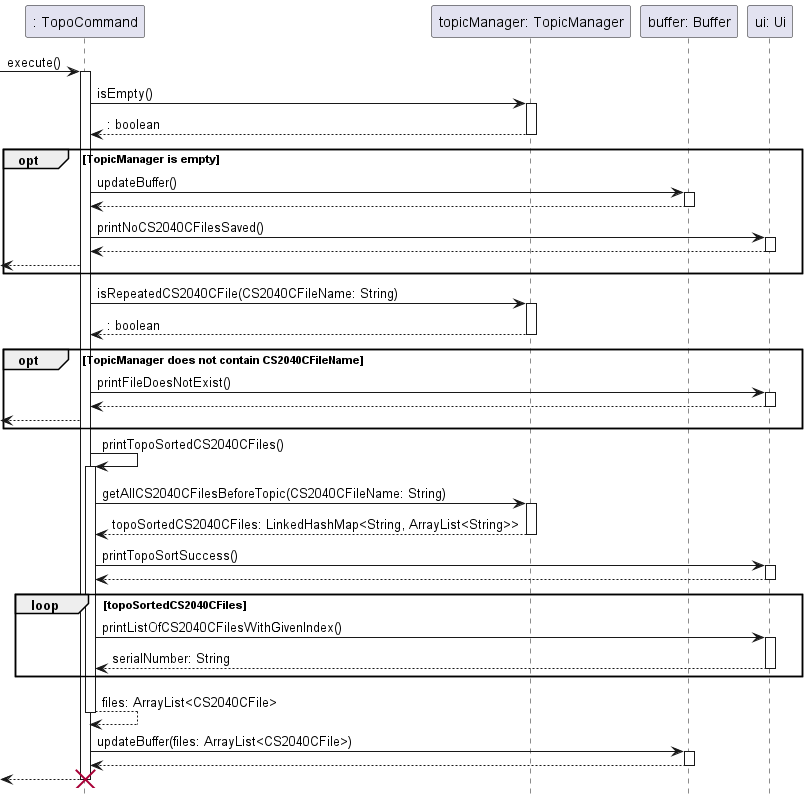
Above: docs/sequence-diagrams/diagrams/TopoSort.png in ong-ck/tp (PlantUML), before the change.
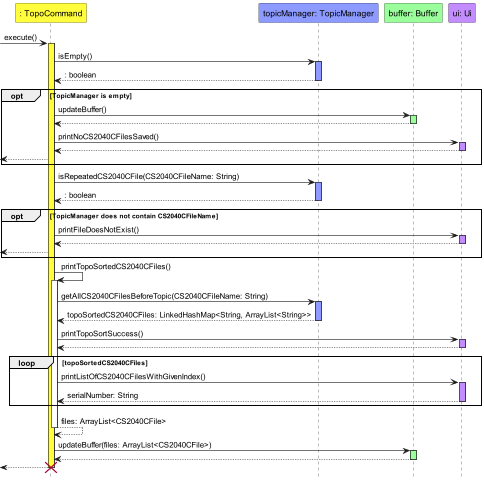
Later version of the same file.

Commit message:
Update TopoSort UML Sequence Diagram

Change to the diagram source:
```diff
@@ -1,35 +1,36 @@
 @startuml
+!include ../../style.iuml
 hide footbox
 
-participant ": TopoCommand" as TopoCommand
-participant "topicManager: TopicManager" as TopicManager
-participant "buffer: Buffer" as Buffer
-participant "ui: Ui" as Ui
+participant ": TopoCommand" as TopoCommand TopoCommand_STYLE
+participant "topicManager: TopicManager" as TopicManager TopicManager_STYLE
+participant "buffer: Buffer" as Buffer Buffer_STYLE
+participant "ui: Ui" as Ui Ui_STYLE
 
 -> TopoCommand : execute()
-activate TopoCommand
+activate TopoCommand TopoCommand_STYLE
     TopoCommand -> TopicManager: isEmpty()
-    activate TopicManager
+    activate TopicManager TopicManager_STYLE
     return : boolean
 
     opt TopicManager is empty
         TopoCommand -> Buffer: updateBuffer()
-        activate Buffer
+        activate Buffer Buffer_STYLE
         return
 
         TopoCommand -> Ui: printNoCS2040CFilesSaved()
-        activate Ui
+        activate Ui Ui_STYLE
         return
         <-- TopoCommand
     end
 
     TopoCommand -> TopicManager: isRepeatedCS2040CFile(CS2040CFileName: String)
-    activate TopicManager
+    activate TopicManager TopicManager_STYLE
     return : boolean
 
     opt TopicManager does not contain CS2040CFileName
         TopoCommand -> Ui: printFileDoesNotExist()
-        activate Ui
+        activate Ui Ui_STYLE
         return
         <-- TopoCommand
     end
@@ -37,22 +38,22 @@
     TopoCommand -> TopoCommand: printTopoSortedCS2040CFiles()
     activate TopoCommand
         TopoCommand -> TopicManager: getAllCS2040CFilesBeforeTopic(CS2040CFileName: String)
-        activate TopicManager
+        activate TopicManager TopicManager_STYLE
         return topoSortedCS2040CFiles: LinkedHashMap<String, ArrayList<String>>
 
         TopoCommand -> Ui: printTopoSortSuccess()
-        activate Ui
+        activate Ui Ui_STYLE
         return
 
         loop topoSortedCS2040CFiles
             TopoCommand -> Ui: printListOfCS2040CFilesWithGivenIndex()
-            activate Ui
+            activate Ui Ui_STYLE
             return serialNumber: String
         end
     return files: ArrayList<CS2040CFile>
 
     TopoCommand -> Buffer: updateBuffer(files: ArrayList<CS2040CFile>)
-    activate Buffer
+    activate Buffer Buffer_STYLE
     return
 return
 destroy TopoCommand
```
